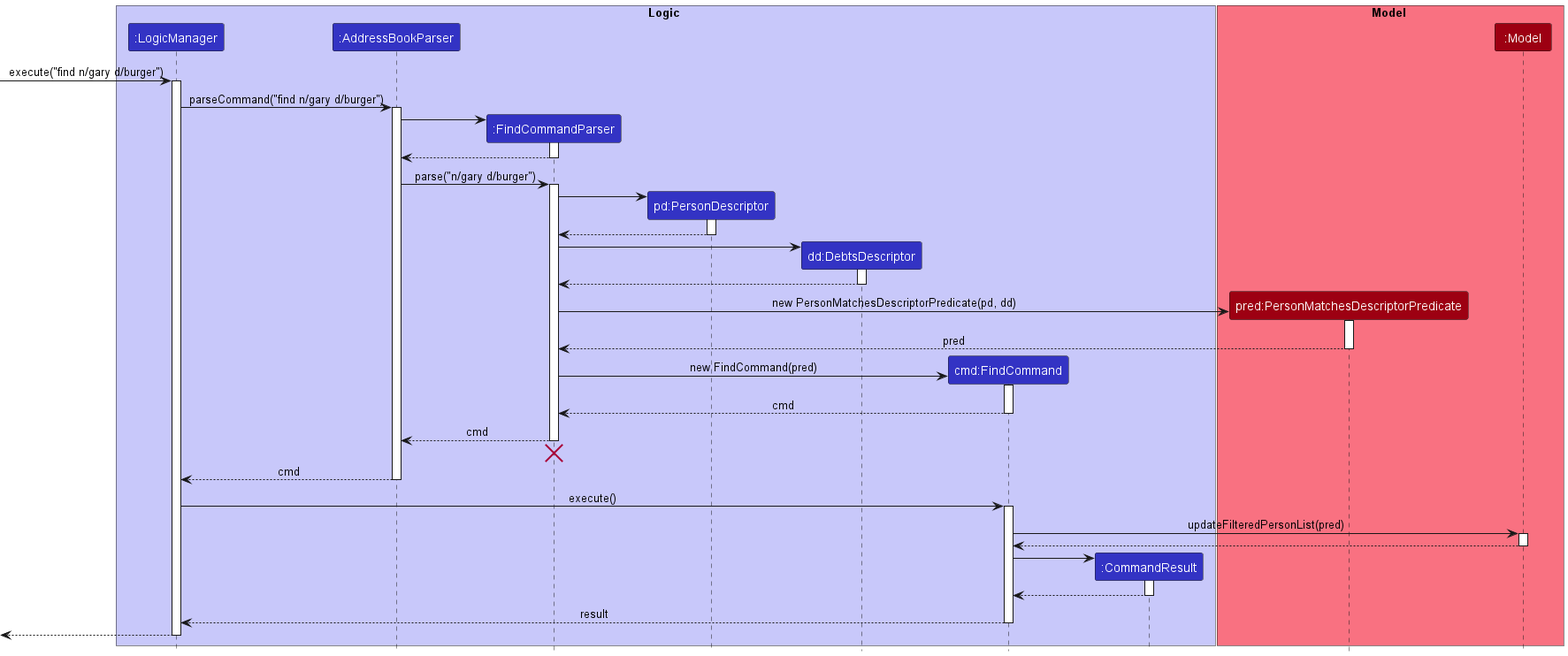
The PlantUML diagram docs/images/FindSequenceDiagram.png in nus-cs2103-AY2223S1/tp, before a commit.
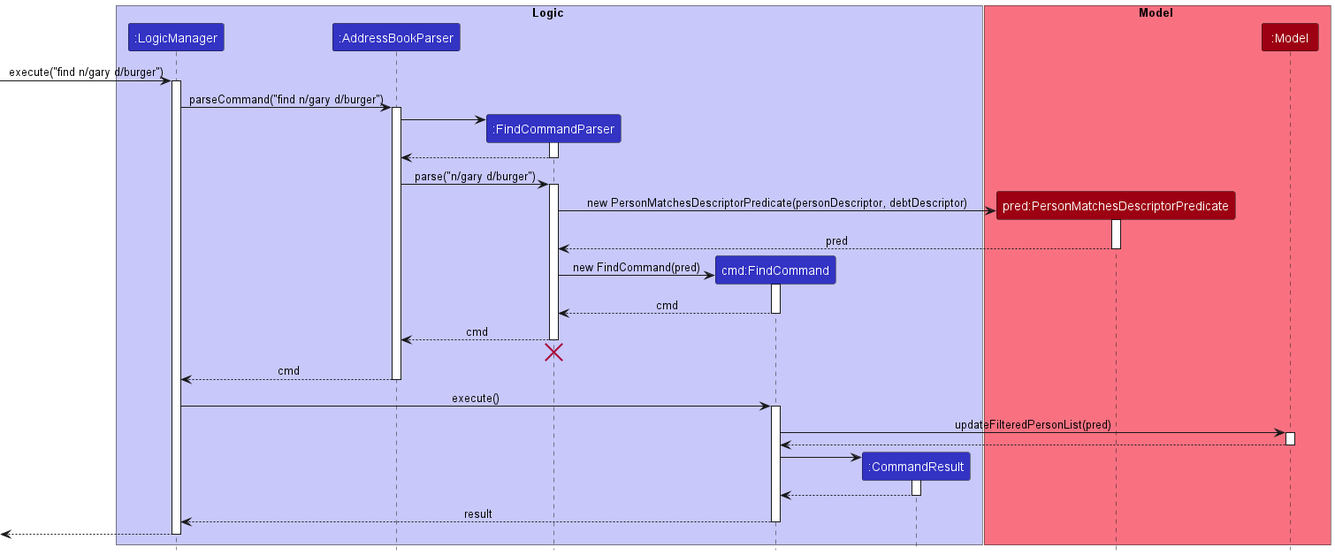
Later version of the same file.

Commit message:
Improve readability of find command sequence diagram

Diff of the diagram source:
```diff
@@ -5,8 +5,6 @@
 participant ":LogicManager" as LogicManager LOGIC_COLOR
 participant ":AddressBookParser" as AddressBookParser LOGIC_COLOR
 participant ":FindCommandParser" as FindCommandParser LOGIC_COLOR
-participant "pd:PersonDescriptor" as PersonDescriptor LOGIC_COLOR
-participant "dd:DebtsDescriptor" as DebtsDescriptor LOGIC_COLOR
 participant "cmd:FindCommand" as FindCommand LOGIC_COLOR
 participant ":CommandResult" as CommandResult LOGIC_COLOR
 end box
@@ -32,22 +30,8 @@
 AddressBookParser -> FindCommandParser : parse("n/gary d/burger")
 activate FindCommandParser
 
-create PersonDescriptor
-FindCommandParser -> PersonDescriptor
-activate PersonDescriptor
-
-PersonDescriptor --> FindCommandParser
-deactivate PersonDescriptor
-
-create DebtsDescriptor
-FindCommandParser -> DebtsDescriptor
-activate DebtsDescriptor
-
-DebtsDescriptor --> FindCommandParser
-deactivate DebtsDescriptor
-
 create PersonMatchesDescriptorPredicate
-FindCommandParser -> PersonMatchesDescriptorPredicate : new PersonMatchesDescriptorPredicate(pd, dd)
+FindCommandParser -> PersonMatchesDescriptorPredicate : new PersonMatchesDescriptorPredicate(personDescriptor, debtDescriptor)
 activate PersonMatchesDescriptorPredicate
 
 PersonMatchesDescriptorPredicate --> FindCommandParser : pred
```
